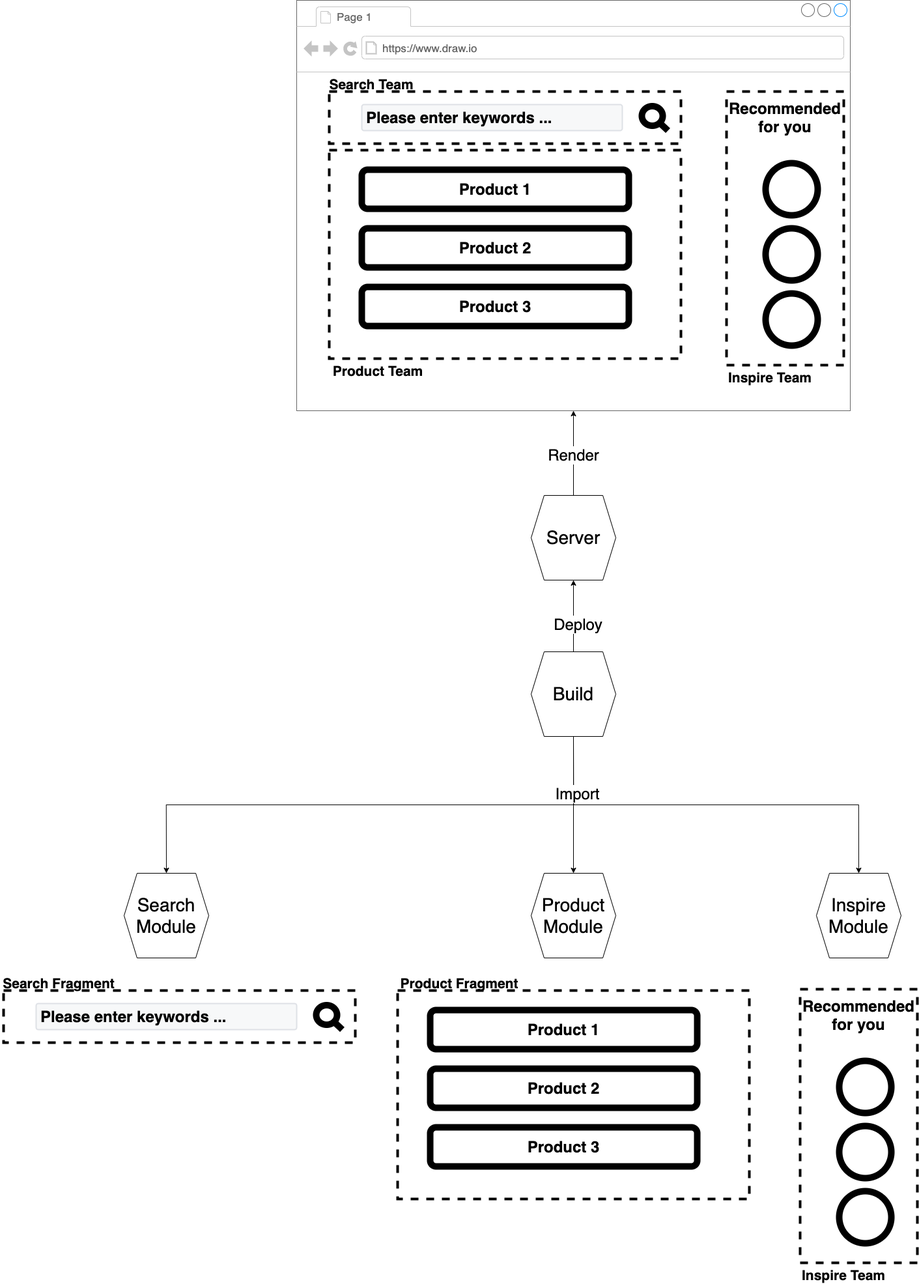
This is assets/images/drawio/microfrontends/build-time-composition.png from silverbirder/Introduction_to_Micro_Frontends, a draw.io export, as it was before one commit. Source tidied: cells renumbered, new cells last; positions are measured from the earlier drawing's top-left corner, leaving out a move shared by most shapes. Its diagram source:
```xml
<mxGraphModel>
  <root>
    <mxCell id="0" />
    <mxCell id="1" parent="0" />
    <mxCell id="2" style="strokeWidth=1;shadow=0;dashed=0;align=center;html=1;shape=mxgraph.mockup.containers.browserWindow;rSize=0;strokeColor=#666666;strokeColor2=#008cff;strokeColor3=#c4c4c4;mainText=,;" parent="1" vertex="1">
      <mxGeometry x="455" width="850" height="630" as="geometry" />
    </mxCell>
    <mxCell id="3" style="rounded=0;whiteSpace=wrap;html=1;strokeWidth=4;dashed=1;fillColor=none;" parent="1" vertex="1">
      <mxGeometry x="1115" y="140" width="180" height="420" as="geometry" />
    </mxCell>
    <mxCell id="4" style="rounded=0;whiteSpace=wrap;html=1;strokeWidth=4;dashed=1;fillColor=none;" parent="1" vertex="1">
      <mxGeometry x="505" y="230" width="540" height="320" as="geometry" />
    </mxCell>
    <mxCell id="5" style="rounded=0;whiteSpace=wrap;html=1;strokeWidth=4;dashed=1;fillColor=none;" parent="1" vertex="1">
      <mxGeometry x="505" y="140" width="540" height="80" as="geometry" />
    </mxCell>
    <mxCell id="6" value="Page 1" style="strokeWidth=1;shadow=0;dashed=0;align=center;html=1;shape=mxgraph.mockup.containers.anchor;fontSize=17;fontColor=#666666;align=left;" parent="1" vertex="1">
      <mxGeometry x="515" y="12" width="110" height="26" as="geometry" />
    </mxCell>
    <mxCell id="7" value="https://www.draw.io" style="strokeWidth=1;shadow=0;dashed=0;align=center;html=1;shape=mxgraph.mockup.containers.anchor;rSize=0;fontSize=17;fontColor=#666666;align=left;" parent="1" vertex="1">
      <mxGeometry x="585" y="60" width="250" height="26" as="geometry" />
    </mxCell>
    <mxCell id="8" value="&lt;font color=&quot;#000000&quot;&gt;&lt;span style=&quot;font-size: 24px&quot;&gt;&lt;b&gt;Please enter keywords ...&lt;/b&gt;&lt;/span&gt;&lt;/font&gt;" style="rounded=1;arcSize=9;fillColor=#F7F8F9;align=left;spacingLeft=5;strokeColor=#DEE1E6;html=1;strokeWidth=2;fontSize=12;" parent="1" vertex="1">
      <mxGeometry x="555" y="160" width="400" height="40" as="geometry" />
    </mxCell>
    <mxCell id="9" style="html=1;verticalLabelPosition=bottom;align=center;labelBackgroundColor=#ffffff;verticalAlign=top;strokeWidth=10;shadow=0;dashed=0;shape=mxgraph.ios7.icons.looking_glass;" parent="1" vertex="1">
      <mxGeometry x="985" y="162.5" width="40" height="37.5" as="geometry" />
    </mxCell>
    <mxCell id="10" value="&lt;b&gt;&lt;font style=&quot;font-size: 24px&quot;&gt;Product 1&lt;/font&gt;&lt;/b&gt;" style="rounded=1;whiteSpace=wrap;html=1;strokeWidth=10;" parent="1" vertex="1">
      <mxGeometry x="555" y="260" width="410" height="60" as="geometry" />
    </mxCell>
    <mxCell id="11" value="&lt;span&gt;&lt;b&gt;&lt;font style=&quot;font-size: 24px&quot;&gt;Product 2&lt;/font&gt;&lt;/b&gt;&lt;/span&gt;" style="rounded=1;whiteSpace=wrap;html=1;strokeWidth=10;" parent="1" vertex="1">
      <mxGeometry x="555" y="350" width="410" height="60" as="geometry" />
    </mxCell>
    <mxCell id="12" value="&lt;span&gt;&lt;b&gt;&lt;font style=&quot;font-size: 24px&quot;&gt;Product 3&lt;/font&gt;&lt;/b&gt;&lt;/span&gt;" style="rounded=1;whiteSpace=wrap;html=1;strokeWidth=10;" parent="1" vertex="1">
      <mxGeometry x="555" y="440" width="410" height="60" as="geometry" />
    </mxCell>
    <mxCell id="13" style="ellipse;whiteSpace=wrap;html=1;strokeWidth=10;" parent="1" vertex="1">
      <mxGeometry x="1175" y="250" width="80" height="80" as="geometry" />
    </mxCell>
    <mxCell id="14" style="ellipse;whiteSpace=wrap;html=1;strokeWidth=10;" parent="1" vertex="1">
      <mxGeometry x="1175" y="350" width="80" height="80" as="geometry" />
    </mxCell>
    <mxCell id="15" style="ellipse;whiteSpace=wrap;html=1;strokeWidth=10;" parent="1" vertex="1">
      <mxGeometry x="1175" y="450" width="80" height="80" as="geometry" />
    </mxCell>
    <mxCell id="16" value="&lt;b&gt;&lt;font style=&quot;font-size: 24px&quot;&gt;Recommended for you&lt;/font&gt;&lt;/b&gt;" style="text;html=1;strokeColor=none;fillColor=none;align=center;verticalAlign=middle;whiteSpace=wrap;rounded=0;" parent="1" vertex="1">
      <mxGeometry x="1115" y="145" width="180" height="70" as="geometry" />
    </mxCell>
    <mxCell id="17" value="&lt;b&gt;&lt;font style=&quot;font-size: 21px&quot;&gt;Search Team&lt;/font&gt;&lt;/b&gt;" style="text;html=1;strokeColor=none;fillColor=none;align=center;verticalAlign=middle;whiteSpace=wrap;rounded=0;dashed=1;" parent="1" vertex="1">
      <mxGeometry x="500" y="120" width="140" height="20" as="geometry" />
    </mxCell>
    <mxCell id="18" value="&lt;b&gt;&lt;font style=&quot;font-size: 21px&quot;&gt;Product Team&lt;/font&gt;&lt;/b&gt;" style="text;html=1;strokeColor=none;fillColor=none;align=center;verticalAlign=middle;whiteSpace=wrap;rounded=0;dashed=1;" parent="1" vertex="1">
      <mxGeometry x="505" y="560" width="150" height="20" as="geometry" />
    </mxCell>
    <mxCell id="19" value="&lt;b&gt;&lt;font style=&quot;font-size: 21px&quot;&gt;Inspire Team&lt;/font&gt;&lt;/b&gt;" style="text;html=1;strokeColor=none;fillColor=none;align=center;verticalAlign=middle;whiteSpace=wrap;rounded=0;dashed=1;" parent="1" vertex="1">
      <mxGeometry x="1107" y="570" width="150" height="20" as="geometry" />
    </mxCell>
    <mxCell id="20" value="&lt;span style=&quot;font-size: 28px&quot;&gt;Product Module&lt;/span&gt;" style="shape=hexagon;perimeter=hexagonPerimeter2;whiteSpace=wrap;html=1;fixedSize=1;" parent="1" vertex="1">
      <mxGeometry x="815" y="1340" width="130" height="130" as="geometry" />
    </mxCell>
    <mxCell id="21" value="&lt;span style=&quot;font-size: 28px&quot;&gt;Search Module&lt;/span&gt;" style="shape=hexagon;perimeter=hexagonPerimeter2;whiteSpace=wrap;html=1;fixedSize=1;" parent="1" vertex="1">
      <mxGeometry x="190" y="1340" width="130" height="130" as="geometry" />
    </mxCell>
    <mxCell id="22" value="&lt;span style=&quot;font-size: 28px&quot;&gt;Inspire Module&lt;/span&gt;" style="shape=hexagon;perimeter=hexagonPerimeter2;whiteSpace=wrap;html=1;fixedSize=1;" parent="1" vertex="1">
      <mxGeometry x="1253" y="1340" width="130" height="130" as="geometry" />
    </mxCell>
    <mxCell id="23" style="edgeStyle=orthogonalEdgeStyle;rounded=0;jettySize=auto;html=1;exitX=0.5;exitY=1;exitDx=0;exitDy=0;entryX=0.5;entryY=0;entryDx=0;entryDy=0;" parent="1" edge="1" source="29" target="20">
      <mxGeometry relative="1" as="geometry" />
    </mxCell>
    <mxCell id="24" style="edgeStyle=orthogonalEdgeStyle;rounded=0;jettySize=auto;html=1;exitX=0.5;exitY=1;exitDx=0;exitDy=0;entryX=0.5;entryY=0;entryDx=0;entryDy=0;" parent="1" edge="1" source="29" target="21">
      <mxGeometry relative="1" as="geometry" />
    </mxCell>
    <mxCell id="25" style="edgeStyle=orthogonalEdgeStyle;rounded=0;jettySize=auto;html=1;exitX=0.5;exitY=1;exitDx=0;exitDy=0;entryX=0.5;entryY=0;entryDx=0;entryDy=0;" parent="1" edge="1" source="29" target="22">
      <mxGeometry relative="1" as="geometry" />
    </mxCell>
    <mxCell id="26" value="&lt;font style=&quot;font-size: 24px&quot;&gt;Import&lt;/font&gt;" style="edgeLabel;html=1;align=center;verticalAlign=middle;" parent="25" vertex="1">
      <mxGeometry x="-0.75" y="2" relative="1" as="geometry" />
    </mxCell>
    <mxCell id="27" style="edgeStyle=orthogonalEdgeStyle;rounded=0;jettySize=auto;html=1;exitX=0.5;exitY=0;exitDx=0;exitDy=0;" parent="1" edge="1" source="29" target="31">
      <mxGeometry relative="1" as="geometry" />
    </mxCell>
    <mxCell id="28" value="&lt;font style=&quot;font-size: 24px&quot;&gt;Deploy&lt;/font&gt;" style="edgeLabel;html=1;align=center;verticalAlign=middle;" parent="27" vertex="1">
      <mxGeometry x="-0.22" y="-3" relative="1" as="geometry" />
    </mxCell>
    <mxCell id="29" value="&lt;span style=&quot;font-size: 28px&quot;&gt;Build&lt;/span&gt;" style="shape=hexagon;perimeter=hexagonPerimeter2;whiteSpace=wrap;html=1;fixedSize=1;" parent="1" vertex="1">
      <mxGeometry x="815" y="1000" width="130" height="130" as="geometry" />
    </mxCell>
    <mxCell id="30" value="&lt;font style=&quot;font-size: 24px&quot;&gt;Render&lt;/font&gt;" style="edgeStyle=orthogonalEdgeStyle;rounded=0;jettySize=auto;html=1;exitX=0.5;exitY=0;exitDx=0;exitDy=0;" parent="1" edge="1" source="31" target="2">
      <mxGeometry relative="1" as="geometry" />
    </mxCell>
    <mxCell id="31" value="&lt;span style=&quot;font-size: 28px&quot;&gt;Server&lt;/span&gt;" style="shape=hexagon;perimeter=hexagonPerimeter2;whiteSpace=wrap;html=1;fixedSize=1;" parent="1" vertex="1">
      <mxGeometry x="815" y="760" width="130" height="130" as="geometry" />
    </mxCell>
    <mxCell id="32" style="rounded=0;whiteSpace=wrap;html=1;strokeWidth=4;dashed=1;fillColor=none;" parent="1" vertex="1">
      <mxGeometry x="5" y="1520" width="540" height="80" as="geometry" />
    </mxCell>
    <mxCell id="33" value="&lt;font color=&quot;#000000&quot;&gt;&lt;span style=&quot;font-size: 24px&quot;&gt;&lt;b&gt;Please enter keywords ...&lt;/b&gt;&lt;/span&gt;&lt;/font&gt;" style="rounded=1;arcSize=9;fillColor=#F7F8F9;align=left;spacingLeft=5;strokeColor=#DEE1E6;html=1;strokeWidth=2;fontSize=12;" parent="1" vertex="1">
      <mxGeometry x="55" y="1540" width="400" height="40" as="geometry" />
    </mxCell>
    <mxCell id="34" style="html=1;verticalLabelPosition=bottom;align=center;labelBackgroundColor=#ffffff;verticalAlign=top;strokeWidth=10;shadow=0;dashed=0;shape=mxgraph.ios7.icons.looking_glass;" parent="1" vertex="1">
      <mxGeometry x="485" y="1542.5" width="40" height="37.5" as="geometry" />
    </mxCell>
    <mxCell id="35" value="&lt;b&gt;&lt;font style=&quot;font-size: 21px&quot;&gt;Search Fragment&lt;/font&gt;&lt;/b&gt;" style="text;html=1;strokeColor=none;fillColor=none;align=center;verticalAlign=middle;whiteSpace=wrap;rounded=0;dashed=1;" parent="1" vertex="1">
      <mxGeometry y="1500" width="180" height="20" as="geometry" />
    </mxCell>
    <mxCell id="36" style="rounded=0;whiteSpace=wrap;html=1;strokeWidth=4;dashed=1;fillColor=none;" parent="1" vertex="1">
      <mxGeometry x="610" y="1520" width="540" height="320" as="geometry" />
    </mxCell>
    <mxCell id="37" value="&lt;b&gt;&lt;font style=&quot;font-size: 24px&quot;&gt;Product 1&lt;/font&gt;&lt;/b&gt;" style="rounded=1;whiteSpace=wrap;html=1;strokeWidth=10;" parent="1" vertex="1">
      <mxGeometry x="660" y="1550" width="410" height="60" as="geometry" />
    </mxCell>
    <mxCell id="38" value="&lt;span&gt;&lt;b&gt;&lt;font style=&quot;font-size: 24px&quot;&gt;Product 2&lt;/font&gt;&lt;/b&gt;&lt;/span&gt;" style="rounded=1;whiteSpace=wrap;html=1;strokeWidth=10;" parent="1" vertex="1">
      <mxGeometry x="660" y="1640" width="410" height="60" as="geometry" />
    </mxCell>
    <mxCell id="39" value="&lt;span&gt;&lt;b&gt;&lt;font style=&quot;font-size: 24px&quot;&gt;Product 3&lt;/font&gt;&lt;/b&gt;&lt;/span&gt;" style="rounded=1;whiteSpace=wrap;html=1;strokeWidth=10;" parent="1" vertex="1">
      <mxGeometry x="660" y="1730" width="410" height="60" as="geometry" />
    </mxCell>
    <mxCell id="40" value="&lt;b&gt;&lt;font style=&quot;font-size: 21px&quot;&gt;Product Fragment&lt;/font&gt;&lt;/b&gt;" style="text;html=1;strokeColor=none;fillColor=none;align=center;verticalAlign=middle;whiteSpace=wrap;rounded=0;dashed=1;" parent="1" vertex="1">
      <mxGeometry x="610" y="1500" width="190" height="20" as="geometry" />
    </mxCell>
    <mxCell id="41" style="rounded=0;whiteSpace=wrap;html=1;strokeWidth=4;dashed=1;fillColor=none;" parent="1" vertex="1">
      <mxGeometry x="1228" y="1518" width="180" height="420" as="geometry" />
    </mxCell>
    <mxCell id="42" style="ellipse;whiteSpace=wrap;html=1;strokeWidth=10;" parent="1" vertex="1">
      <mxGeometry x="1288" y="1628" width="80" height="80" as="geometry" />
    </mxCell>
    <mxCell id="43" style="ellipse;whiteSpace=wrap;html=1;strokeWidth=10;" parent="1" vertex="1">
      <mxGeometry x="1288" y="1728" width="80" height="80" as="geometry" />
    </mxCell>
    <mxCell id="44" style="ellipse;whiteSpace=wrap;html=1;strokeWidth=10;" parent="1" vertex="1">
      <mxGeometry x="1288" y="1828" width="80" height="80" as="geometry" />
    </mxCell>
    <mxCell id="45" value="&lt;b&gt;&lt;font style=&quot;font-size: 24px&quot;&gt;Recommended for you&lt;/font&gt;&lt;/b&gt;" style="text;html=1;strokeColor=none;fillColor=none;align=center;verticalAlign=middle;whiteSpace=wrap;rounded=0;" parent="1" vertex="1">
      <mxGeometry x="1228" y="1523" width="180" height="70" as="geometry" />
    </mxCell>
    <mxCell id="46" value="&lt;b&gt;&lt;font style=&quot;font-size: 21px&quot;&gt;Inspire Team&lt;/font&gt;&lt;/b&gt;" style="text;html=1;strokeColor=none;fillColor=none;align=center;verticalAlign=middle;whiteSpace=wrap;rounded=0;dashed=1;" parent="1" vertex="1">
      <mxGeometry x="1220" y="1948" width="150" height="20" as="geometry" />
    </mxCell>
  </root>
</mxGraphModel>
```
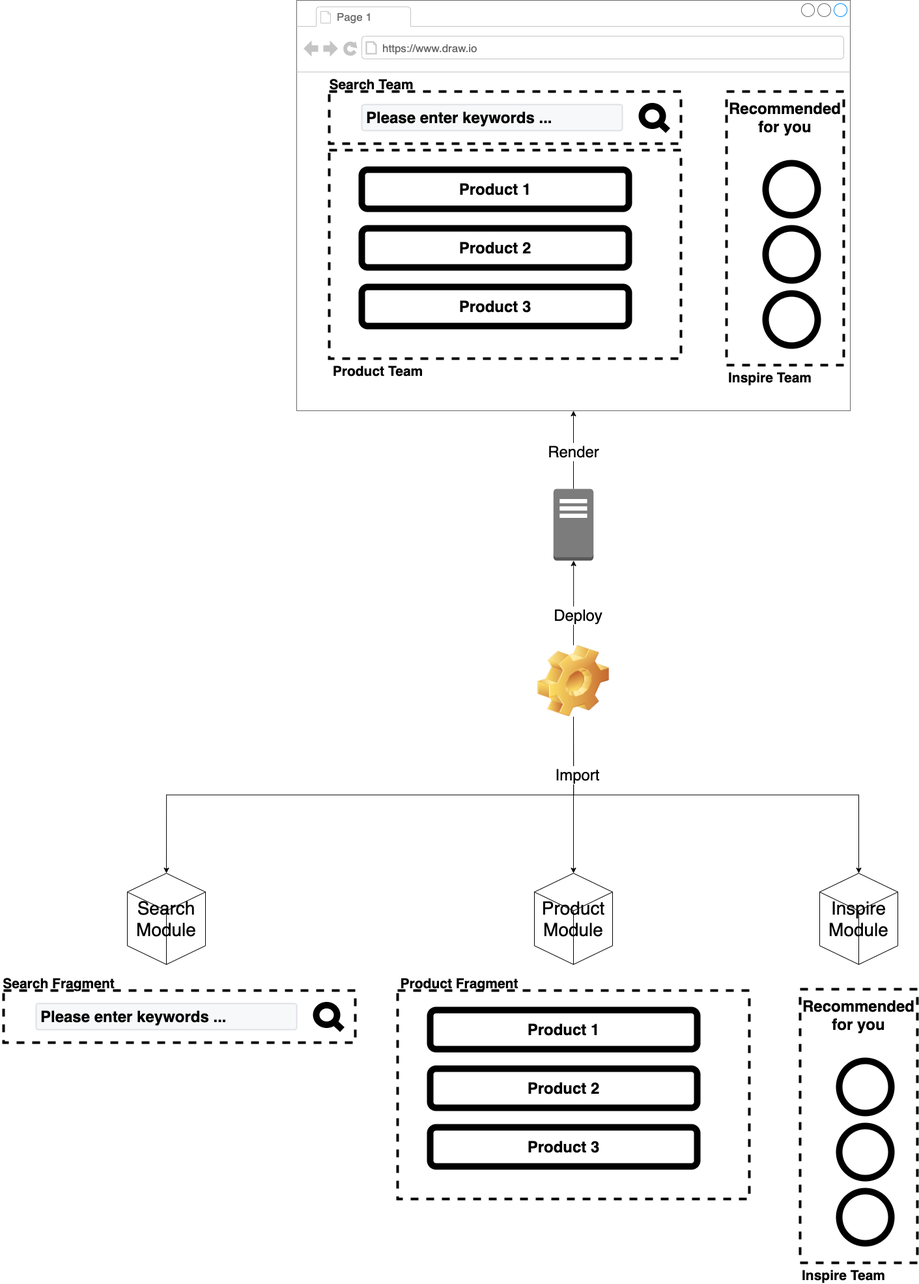
The same file after the commit.

The edit, as a diff of the source:
```diff
@@ -56,42 +56,29 @@
     <mxCell id="19" value="&lt;b&gt;&lt;font style=&quot;font-size: 21px&quot;&gt;Inspire Team&lt;/font&gt;&lt;/b&gt;" style="text;html=1;strokeColor=none;fillColor=none;align=center;verticalAlign=middle;whiteSpace=wrap;rounded=0;dashed=1;" parent="1" vertex="1">
       <mxGeometry x="1107" y="570" width="150" height="20" as="geometry" />
     </mxCell>
-    <mxCell id="20" value="&lt;span style=&quot;font-size: 28px&quot;&gt;Product Module&lt;/span&gt;" style="shape=hexagon;perimeter=hexagonPerimeter2;whiteSpace=wrap;html=1;fixedSize=1;" parent="1" vertex="1">
-      <mxGeometry x="815" y="1340" width="130" height="130" as="geometry" />
-    </mxCell>
-    <mxCell id="21" value="&lt;span style=&quot;font-size: 28px&quot;&gt;Search Module&lt;/span&gt;" style="shape=hexagon;perimeter=hexagonPerimeter2;whiteSpace=wrap;html=1;fixedSize=1;" parent="1" vertex="1">
-      <mxGeometry x="190" y="1340" width="130" height="130" as="geometry" />
-    </mxCell>
-    <mxCell id="22" value="&lt;span style=&quot;font-size: 28px&quot;&gt;Inspire Module&lt;/span&gt;" style="shape=hexagon;perimeter=hexagonPerimeter2;whiteSpace=wrap;html=1;fixedSize=1;" parent="1" vertex="1">
-      <mxGeometry x="1253" y="1340" width="130" height="130" as="geometry" />
-    </mxCell>
-    <mxCell id="23" style="edgeStyle=orthogonalEdgeStyle;rounded=0;jettySize=auto;html=1;exitX=0.5;exitY=1;exitDx=0;exitDy=0;entryX=0.5;entryY=0;entryDx=0;entryDy=0;" parent="1" edge="1" source="29" target="20">
+    <mxCell id="23" style="edgeStyle=orthogonalEdgeStyle;rounded=0;jettySize=auto;html=1;entryX=0.5;entryY=0;entryDx=0;entryDy=0;entryPerimeter=0;" parent="1" edge="1" source="48" target="20">
       <mxGeometry relative="1" as="geometry" />
     </mxCell>
-    <mxCell id="24" style="edgeStyle=orthogonalEdgeStyle;rounded=0;jettySize=auto;html=1;exitX=0.5;exitY=1;exitDx=0;exitDy=0;entryX=0.5;entryY=0;entryDx=0;entryDy=0;" parent="1" edge="1" source="29" target="21">
-      <mxGeometry relative="1" as="geometry" />
+    <mxCell id="24" style="edgeStyle=orthogonalEdgeStyle;rounded=0;jettySize=auto;html=1;exitX=0.5;exitY=1;exitDx=0;exitDy=0;entryX=0.5;entryY=0;entryDx=0;entryDy=0;" parent="1" edge="1" source="48">
+      <mxGeometry relative="1" as="geometry">
+        <mxPoint x="255" y="1340" as="targetPoint" />
+      </mxGeometry>
     </mxCell>
-    <mxCell id="25" style="edgeStyle=orthogonalEdgeStyle;rounded=0;jettySize=auto;html=1;exitX=0.5;exitY=1;exitDx=0;exitDy=0;entryX=0.5;entryY=0;entryDx=0;entryDy=0;" parent="1" edge="1" source="29" target="22">
+    <mxCell id="25" style="edgeStyle=orthogonalEdgeStyle;rounded=0;jettySize=auto;html=1;exitX=0.5;exitY=1;exitDx=0;exitDy=0;entryX=0.5;entryY=0;entryDx=0;entryDy=0;entryPerimeter=0;" parent="1" edge="1" source="48" target="22">
       <mxGeometry relative="1" as="geometry" />
     </mxCell>
     <mxCell id="26" value="&lt;font style=&quot;font-size: 24px&quot;&gt;Import&lt;/font&gt;" style="edgeLabel;html=1;align=center;verticalAlign=middle;" parent="25" vertex="1">
       <mxGeometry x="-0.75" y="2" relative="1" as="geometry" />
     </mxCell>
-    <mxCell id="27" style="edgeStyle=orthogonalEdgeStyle;rounded=0;jettySize=auto;html=1;exitX=0.5;exitY=0;exitDx=0;exitDy=0;" parent="1" edge="1" source="29" target="31">
+    <mxCell id="27" style="edgeStyle=orthogonalEdgeStyle;rounded=0;jettySize=auto;html=1;exitX=0.5;exitY=0;exitDx=0;exitDy=0;" parent="1" edge="1" source="48" target="47">
       <mxGeometry relative="1" as="geometry" />
     </mxCell>
     <mxCell id="28" value="&lt;font style=&quot;font-size: 24px&quot;&gt;Deploy&lt;/font&gt;" style="edgeLabel;html=1;align=center;verticalAlign=middle;" parent="27" vertex="1">
       <mxGeometry x="-0.22" y="-3" relative="1" as="geometry" />
     </mxCell>
-    <mxCell id="29" value="&lt;span style=&quot;font-size: 28px&quot;&gt;Build&lt;/span&gt;" style="shape=hexagon;perimeter=hexagonPerimeter2;whiteSpace=wrap;html=1;fixedSize=1;" parent="1" vertex="1">
-      <mxGeometry x="815" y="1000" width="130" height="130" as="geometry" />
-    </mxCell>
-    <mxCell id="30" value="&lt;font style=&quot;font-size: 24px&quot;&gt;Render&lt;/font&gt;" style="edgeStyle=orthogonalEdgeStyle;rounded=0;jettySize=auto;html=1;exitX=0.5;exitY=0;exitDx=0;exitDy=0;" parent="1" edge="1" source="31" target="2">
+    <mxCell id="30" value="&lt;font style=&quot;font-size: 24px&quot;&gt;Render&lt;/font&gt;" style="edgeStyle=orthogonalEdgeStyle;rounded=0;jettySize=auto;html=1;exitX=0.5;exitY=0;exitDx=0;exitDy=0;exitPerimeter=0;" parent="1" edge="1" source="47" target="2">
       <mxGeometry relative="1" as="geometry" />
     </mxCell>
-    <mxCell id="31" value="&lt;span style=&quot;font-size: 28px&quot;&gt;Server&lt;/span&gt;" style="shape=hexagon;perimeter=hexagonPerimeter2;whiteSpace=wrap;html=1;fixedSize=1;" parent="1" vertex="1">
-      <mxGeometry x="815" y="760" width="130" height="130" as="geometry" />
-    </mxCell>
     <mxCell id="32" style="rounded=0;whiteSpace=wrap;html=1;strokeWidth=4;dashed=1;fillColor=none;" parent="1" vertex="1">
       <mxGeometry x="5" y="1520" width="540" height="80" as="geometry" />
     </mxCell>
@@ -137,5 +124,20 @@
     <mxCell id="46" value="&lt;b&gt;&lt;font style=&quot;font-size: 21px&quot;&gt;Inspire Team&lt;/font&gt;&lt;/b&gt;" style="text;html=1;strokeColor=none;fillColor=none;align=center;verticalAlign=middle;whiteSpace=wrap;rounded=0;dashed=1;" parent="1" vertex="1">
       <mxGeometry x="1220" y="1948" width="150" height="20" as="geometry" />
     </mxCell>
+    <mxCell id="47" style="outlineConnect=0;dashed=0;verticalLabelPosition=bottom;verticalAlign=top;align=center;html=1;shape=mxgraph.aws3.traditional_server;fillColor=#7D7C7C;gradientColor=none;" parent="1" vertex="1">
+      <mxGeometry x="849.2" y="750" width="61.5" height="110" as="geometry" />
+    </mxCell>
+    <mxCell id="48" style="shape=image;html=1;verticalLabelPosition=bottom;verticalAlign=top;imageAspect=0;image=img/clipart/Gear_128x128.png;" parent="1" vertex="1">
+      <mxGeometry x="825" y="990" width="110" height="110" as="geometry" />
+    </mxCell>
+    <mxCell id="21" value="&lt;span style=&quot;font-size: 28px&quot;&gt;Search Module&lt;/span&gt;" style="html=1;whiteSpace=wrap;shape=isoCube2;backgroundOutline=1;isoAngle=15;" parent="1" vertex="1">
+      <mxGeometry x="195" y="1340" width="120" height="140" as="geometry" />
+    </mxCell>
+    <mxCell id="20" value="&lt;span style=&quot;font-size: 28px&quot;&gt;Product&lt;br&gt;Module&lt;/span&gt;" style="html=1;whiteSpace=wrap;shape=isoCube2;backgroundOutline=1;isoAngle=15;" parent="1" vertex="1">
+      <mxGeometry x="820" y="1340" width="120" height="140" as="geometry" />
+    </mxCell>
+    <mxCell id="22" value="&lt;span style=&quot;font-size: 28px&quot;&gt;Inspire&lt;br&gt;Module&lt;/span&gt;" style="html=1;whiteSpace=wrap;shape=isoCube2;backgroundOutline=1;isoAngle=15;" parent="1" vertex="1">
+      <mxGeometry x="1258" y="1340" width="120" height="140" as="geometry" />
+    </mxCell>
   </root>
 </mxGraphModel>
```
